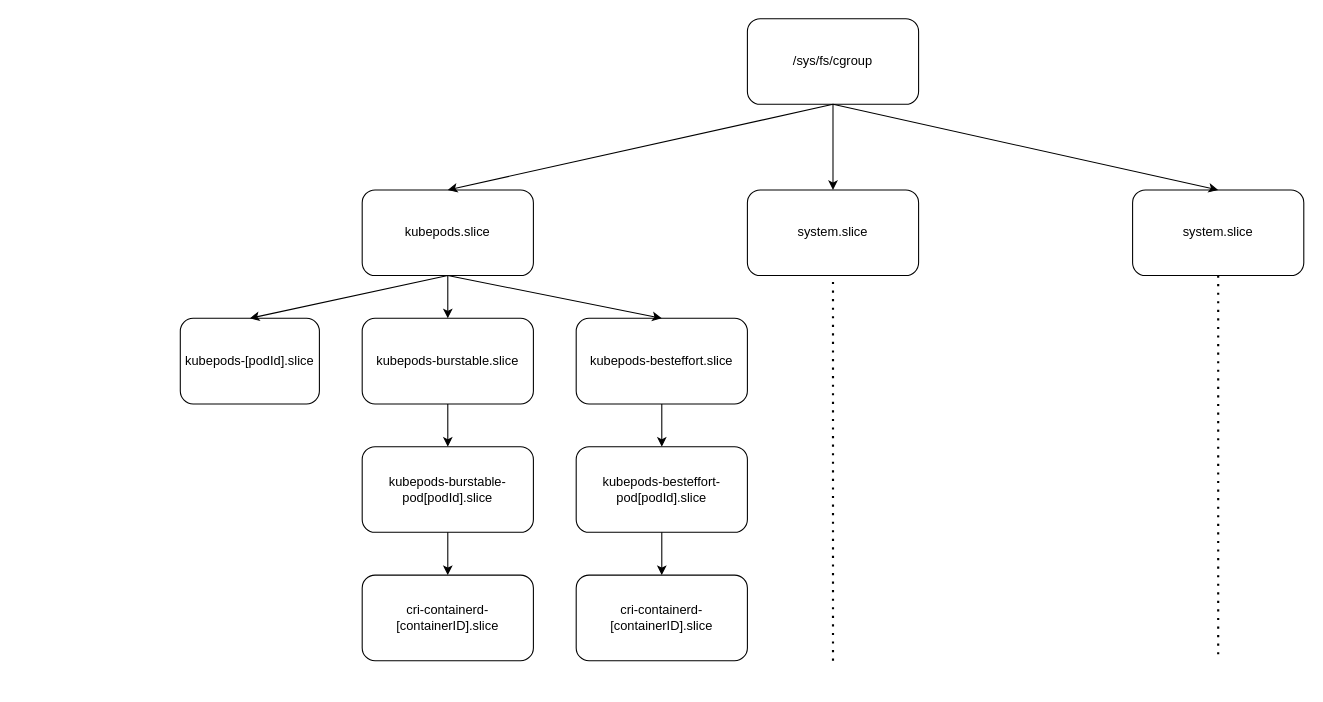
YanshanSong/draw.io keeps this draw.io diagram as cgroup-hierarchy.drawio. Above is the earlier version. Source tidied: cells renumbered, new cells numbered last; positions are measured from the earlier drawing's top-left corner, leaving out a move shared by most shapes. Both pictures are drawn from the tidied source at 107%, with x=0, y=0 at pixel (180, 18).
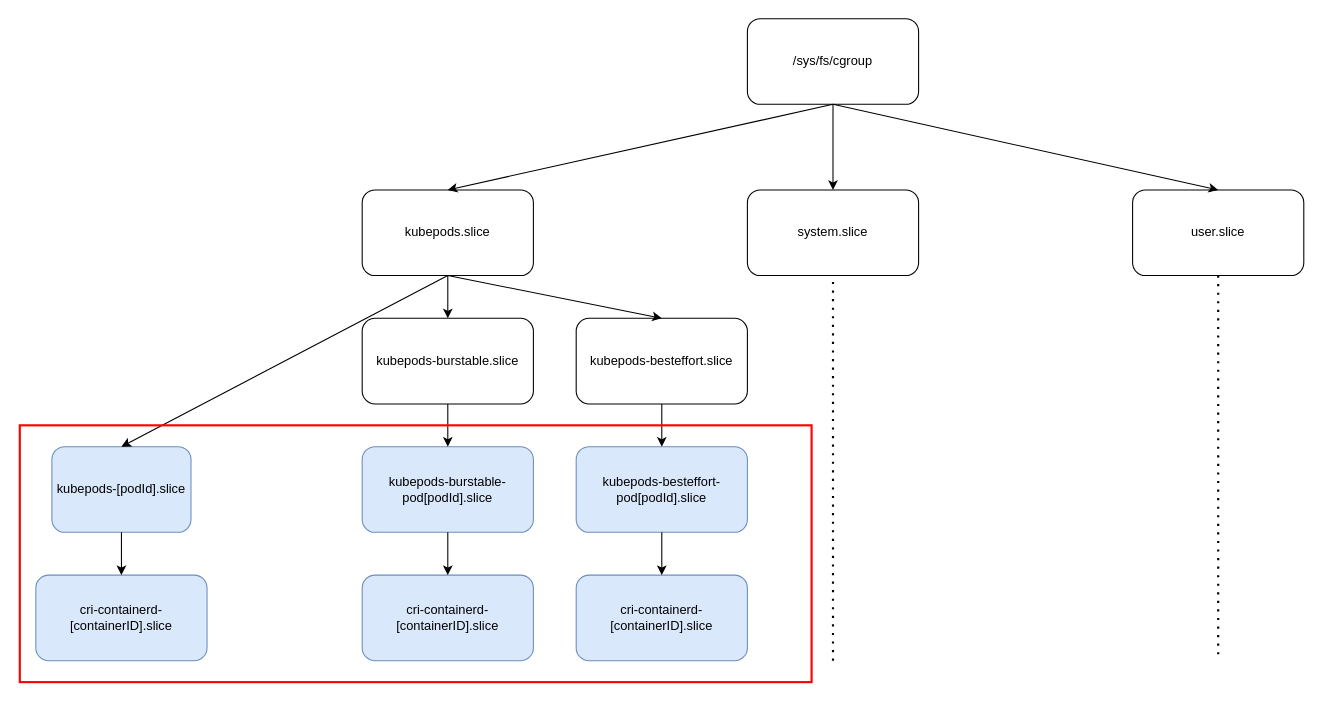
After the change.

What changed in the source:
```diff
@@
-    <mxCell id="6" value="kubepods-burstable-pod[podId].slice" style="rounded=1;whiteSpace=wrap;html=1;" parent="1" vertex="1">
+    <mxCell id="6" value="kubepods-burstable-pod[podId].slice" style="rounded=1;whiteSpace=wrap;html=1;fillColor=#dae8fc;strokeColor=#6c8ebf;" parent="1" vertex="1">
       <mxGeometry x="170" y="400" width="160" height="80" as="geometry" />
     </mxCell>
-    <mxCell id="7" value="kubepods-besteffort-pod[podId].slice" style="rounded=1;whiteSpace=wrap;html=1;" parent="1" vertex="1">
+    <mxCell id="7" value="kubepods-besteffort-pod[podId].slice" style="rounded=1;whiteSpace=wrap;html=1;fillColor=#dae8fc;strokeColor=#6c8ebf;" parent="1" vertex="1">
       <mxGeometry x="370" y="400" width="160" height="80" as="geometry" />
     </mxCell>
-    <mxCell id="8" value="cri-containerd-[containerID].slice" style="rounded=1;whiteSpace=wrap;html=1;" parent="1" vertex="1">
+    <mxCell id="8" value="cri-containerd-[containerID].slice" style="rounded=1;whiteSpace=wrap;html=1;fillColor=#dae8fc;strokeColor=#6c8ebf;" parent="1" vertex="1">
       <mxGeometry x="170" y="520" width="160" height="80" as="geometry" />
     </mxCell>
-    <mxCell id="9" value="cri-containerd-[containerID].slice" style="rounded=1;whiteSpace=wrap;html=1;" parent="1" vertex="1">
+    <mxCell id="9" value="cri-containerd-[containerID].slice" style="rounded=1;whiteSpace=wrap;html=1;fillColor=#dae8fc;strokeColor=#6c8ebf;" parent="1" vertex="1">
       <mxGeometry x="370" y="520" width="160" height="80" as="geometry" />
     </mxCell>
@@
-    <mxCell id="19" value="system.slice" style="rounded=1;whiteSpace=wrap;html=1;" parent="1" vertex="1">
+    <mxCell id="19" value="user.slice" style="rounded=1;whiteSpace=wrap;html=1;" parent="1" vertex="1">
       <mxGeometry x="890" y="160" width="160" height="80" as="geometry" />
     </mxCell>
@@
-    <mxCell id="23" value="kubepods-[podId].slice" style="rounded=1;whiteSpace=wrap;html=1;" parent="1" vertex="1">
-      <mxGeometry y="280" width="130" height="80" as="geometry" />
+    <mxCell id="23" value="kubepods-[podId].slice" style="rounded=1;whiteSpace=wrap;html=1;fillColor=#dae8fc;strokeColor=#6c8ebf;" parent="1" vertex="1">
+      <mxGeometry x="-120" y="400" width="130" height="80" as="geometry" />
     </mxCell>
@@
+    <mxCell id="25" value="cri-containerd-[containerID].slice" style="rounded=1;whiteSpace=wrap;html=1;fillColor=#dae8fc;strokeColor=#6c8ebf;" parent="1" vertex="1">
+      <mxGeometry x="-135" y="520" width="160" height="80" as="geometry" />
+    </mxCell>
+    <mxCell id="26" style="endArrow=classic;html=1;rounded=0;exitX=0.5;exitY=1;exitDx=0;exitDy=0;entryX=0.5;entryY=0;entryDx=0;entryDy=0;" parent="1" edge="1" source="23" target="25">
+      <mxGeometry relative="1" as="geometry" />
+    </mxCell>
+    <mxCell id="27" style="rounded=0;whiteSpace=wrap;html=1;fillColor=none;strokeColor=light-dark(#FF0000,#EDEDED);glass=0;shadow=0;strokeWidth=2;" parent="1" vertex="1">
+      <mxGeometry x="-150" y="380" width="740" height="240" as="geometry" />
+    </mxCell>
```
